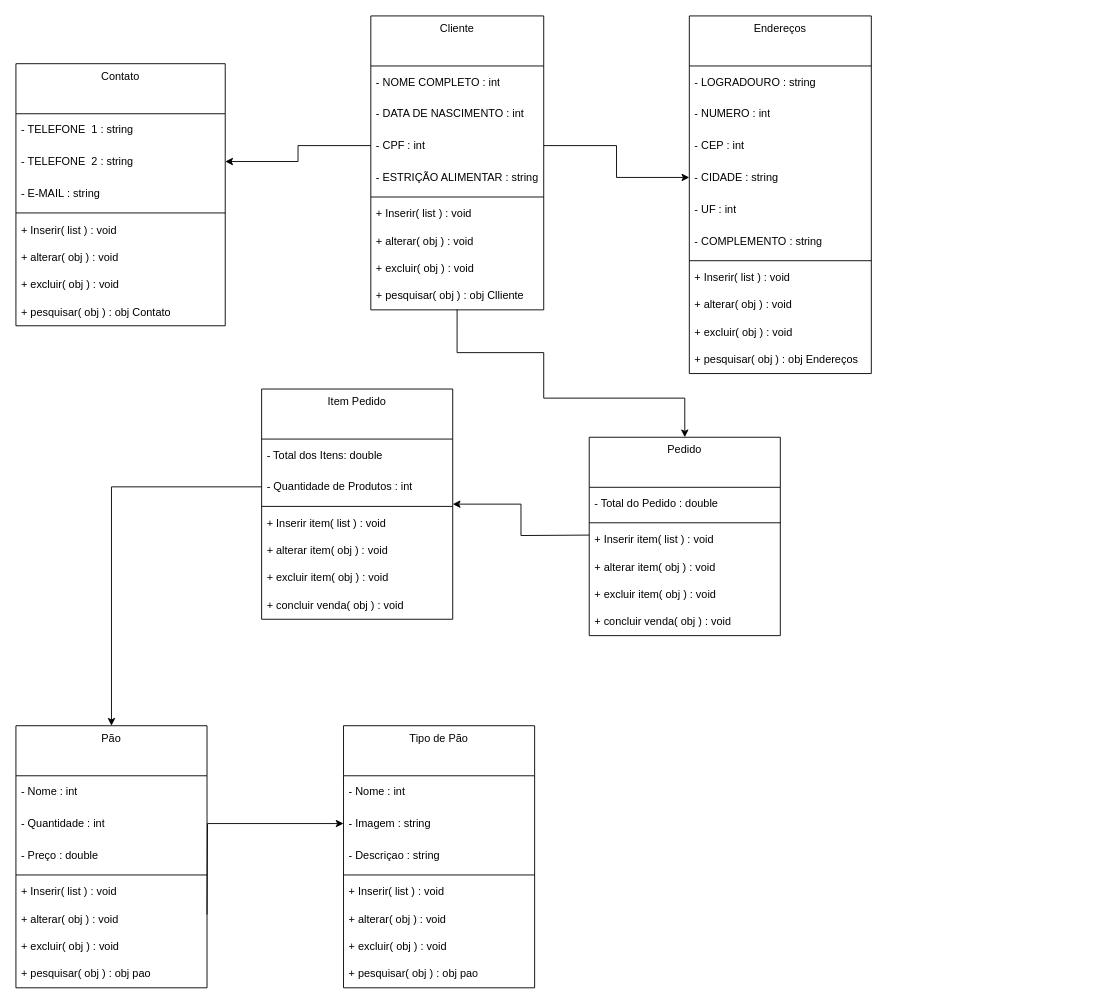
This is Diagramas/diagrama_de_classes.drawio from LeozinRomeiro/Modelagem_SENAI_CTM, a draw.io file, before an edit. Source tidied: cells renumbered, new cells numbered last; positions are measured from the earlier drawing's top-left corner, leaving out a move shared by most shapes. Both pictures are drawn from the tidied source at 91%, with x=0, y=0 at pixel (15, 15).
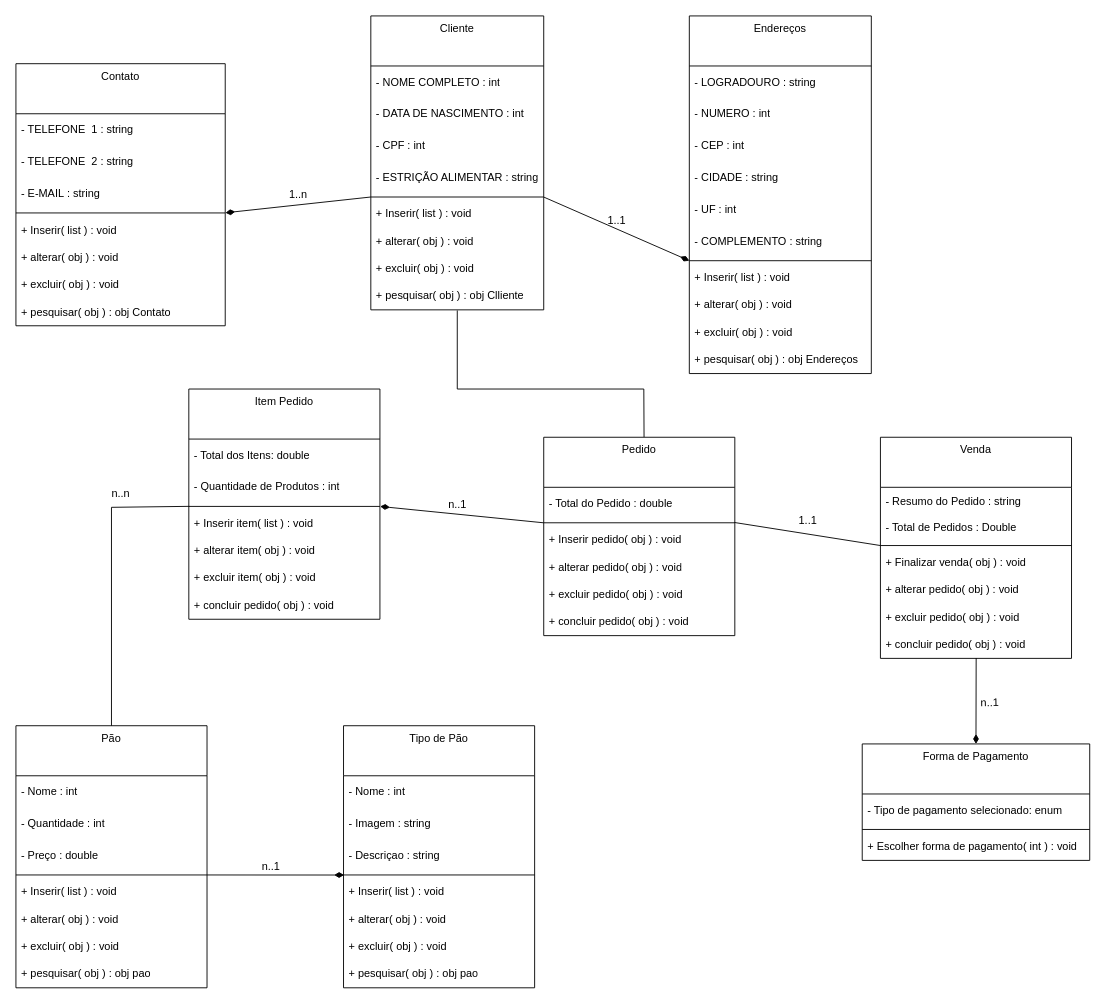
After the change.

Commit message:
4.1 - Forma de pagamento + Veda com organização do documento

The change refers to these unchanged cells:
```xml
<mxCell id="2" value="Pão" style="swimlane;fontStyle=0;align=center;verticalAlign=top;horizontal=1;startSize=55;html=1;whiteSpace=wrap;" parent="1" vertex="1">
  <mxGeometry y="780" width="210" height="288" as="geometry" />
</mxCell>
<mxCell id="15" value="-&amp;nbsp;CPF&amp;nbsp;: int" style="text;html=1;strokeColor=none;fillColor=none;align=left;verticalAlign=middle;spacingLeft=4;spacingRight=4;overflow=hidden;points=[[0,0.5],[1,0.5]];portConstraint=eastwest;whiteSpace=wrap;" parent="12" vertex="1">
  <mxGeometry y="125" width="190" height="35" as="geometry" />
</mxCell>
<mxCell id="17" style="line;strokeWidth=1;fillColor=none;align=left;verticalAlign=middle;spacingTop=-1;spacingLeft=3;spacingRight=3;labelPosition=right;points=[];portConstraint=eastwest;" parent="12" vertex="1">
  <mxGeometry y="195" width="190" height="8" as="geometry" />
</mxCell>
<mxCell id="21" value="+ pesquisar( obj ) : obj Clliente" style="text;html=1;strokeColor=none;fillColor=none;align=left;verticalAlign=middle;spacingLeft=4;spacingRight=4;overflow=hidden;points=[[0,0.5],[1,0.5]];portConstraint=eastwest;whiteSpace=wrap;" parent="12" vertex="1">
  <mxGeometry y="293" width="190" height="30" as="geometry" />
</mxCell>
<mxCell id="26" value="-&amp;nbsp;CIDADE&amp;nbsp;: string" style="text;html=1;strokeColor=none;fillColor=none;align=left;verticalAlign=middle;spacingLeft=4;spacingRight=4;overflow=hidden;points=[[0,0.5],[1,0.5]];portConstraint=eastwest;whiteSpace=wrap;" parent="22" vertex="1">
  <mxGeometry y="160" width="200" height="35" as="geometry" />
</mxCell>
<mxCell id="36" value="-&amp;nbsp;TELEFONE&amp;nbsp; 2&amp;nbsp;: string" style="text;html=1;strokeColor=none;fillColor=none;align=left;verticalAlign=middle;spacingLeft=4;spacingRight=4;overflow=hidden;points=[[0,0.5],[1,0.5]];portConstraint=eastwest;whiteSpace=wrap;" parent="34" vertex="1">
  <mxGeometry y="90" width="230" height="35" as="geometry" />
</mxCell>
<mxCell id="38" style="line;strokeWidth=1;fillColor=none;align=left;verticalAlign=middle;spacingTop=-1;spacingLeft=3;spacingRight=3;labelPosition=right;points=[];portConstraint=eastwest;" parent="34" vertex="1">
  <mxGeometry y="160" width="230" height="8" as="geometry" />
</mxCell>
<mxCell id="47" value="- Imagem : string" style="text;html=1;strokeColor=none;fillColor=none;align=left;verticalAlign=middle;spacingLeft=4;spacingRight=4;overflow=hidden;points=[[0,0.5],[1,0.5]];portConstraint=eastwest;whiteSpace=wrap;" parent="45" vertex="1">
  <mxGeometry y="90" width="210" height="35" as="geometry" />
</mxCell>
<mxCell id="50" value="+ Inserir( list ) : void" style="text;html=1;strokeColor=none;fillColor=none;align=left;verticalAlign=middle;spacingLeft=4;spacingRight=4;overflow=hidden;points=[[0,0.5],[1,0.5]];portConstraint=eastwest;whiteSpace=wrap;" parent="45" vertex="1">
  <mxGeometry y="168" width="210" height="30" as="geometry" />
</mxCell>
<mxCell id="57" value="- Quantidade de Produtos : int" style="text;html=1;strokeColor=none;fillColor=none;align=left;verticalAlign=middle;spacingLeft=4;spacingRight=4;overflow=hidden;points=[[0,0.5],[1,0.5]];portConstraint=eastwest;whiteSpace=wrap;" parent="55" vertex="1">
  <mxGeometry y="90" width="210" height="35" as="geometry" />
</mxCell>
<mxCell id="58" style="line;strokeWidth=1;fillColor=none;align=left;verticalAlign=middle;spacingTop=-1;spacingLeft=3;spacingRight=3;labelPosition=right;points=[];portConstraint=eastwest;" parent="55" vertex="1">
  <mxGeometry y="125" width="210" height="8" as="geometry" />
</mxCell>
<mxCell id="66" style="line;strokeWidth=1;fillColor=none;align=left;verticalAlign=middle;spacingTop=-1;spacingLeft=3;spacingRight=3;labelPosition=right;points=[];portConstraint=eastwest;" parent="64" vertex="1">
  <mxGeometry y="90" width="210" height="8" as="geometry" />
</mxCell>
```

What changed in the source:
```diff
@@
-    <mxCell id="11" style="edgeStyle=orthogonalEdgeStyle;rounded=0;jettySize=auto;html=1;entryX=0.5;entryY=0;entryDx=0;entryDy=0;exitX=0.499;exitY=0.984;exitDx=0;exitDy=0;exitPerimeter=0;" parent="1" edge="1" source="21" target="64">
-      <mxGeometry relative="1" as="geometry">
-        <Array as="points">
-          <mxPoint x="485" y="370" />
-          <mxPoint x="580" y="370" />
-          <mxPoint x="580" y="420" />
-          <mxPoint x="735" y="420" />
-        </Array>
-      </mxGeometry>
-    </mxCell>
@@
-    <mxCell id="43" style="edgeStyle=orthogonalEdgeStyle;rounded=0;jettySize=auto;html=1;entryX=0;entryY=0.5;entryDx=0;entryDy=0;endArrow=classic;endFill=1;" parent="1" edge="1" source="15" target="26">
-      <mxGeometry relative="1" as="geometry" />
-    </mxCell>
-    <mxCell id="44" style="edgeStyle=orthogonalEdgeStyle;rounded=0;jettySize=auto;html=1;entryX=1;entryY=0.5;entryDx=0;entryDy=0;" parent="1" edge="1" source="15" target="36">
-      <mxGeometry relative="1" as="geometry" />
-    </mxCell>
@@
-    <mxCell id="54" style="edgeStyle=orthogonalEdgeStyle;rounded=0;jettySize=auto;html=1;entryX=0;entryY=0.5;entryDx=0;entryDy=0;" parent="1" edge="1" target="47">
-      <mxGeometry relative="1" as="geometry">
-        <mxPoint x="210" y="987.5" as="sourcePoint" />
-      </mxGeometry>
-    </mxCell>
     <mxCell id="55" value="Item Pedido" style="swimlane;fontStyle=0;align=center;verticalAlign=top;horizontal=1;startSize=55;html=1;whiteSpace=wrap;" parent="1" vertex="1">
-      <mxGeometry x="270" y="410" width="210" height="253" as="geometry" />
+      <mxGeometry x="190" y="410" width="210" height="253" as="geometry" />
     </mxCell>
@@
-    <mxCell id="62" value="+ concluir venda( obj ) : void" style="text;html=1;strokeColor=none;fillColor=none;align=left;verticalAlign=middle;spacingLeft=4;spacingRight=4;overflow=hidden;whiteSpace=wrap;" parent="55" vertex="1">
+    <mxCell id="62" value="+ concluir pedido( obj ) : void" style="text;html=1;strokeColor=none;fillColor=none;align=left;verticalAlign=middle;spacingLeft=4;spacingRight=4;overflow=hidden;whiteSpace=wrap;" parent="55" vertex="1">
       <mxGeometry y="223" width="210" height="30" as="geometry" />
     </mxCell>
-    <mxCell id="63" style="edgeStyle=orthogonalEdgeStyle;rounded=0;jettySize=auto;html=1;entryX=0.5;entryY=0;entryDx=0;entryDy=0;" parent="1" edge="1" source="57" target="2">
-      <mxGeometry relative="1" as="geometry" />
-    </mxCell>
     <mxCell id="64" value="Pedido" style="swimlane;fontStyle=0;align=center;verticalAlign=top;horizontal=1;startSize=55;html=1;whiteSpace=wrap;" parent="1" vertex="1">
-      <mxGeometry x="630" y="463" width="210" height="218" as="geometry" />
+      <mxGeometry x="580" y="463" width="210" height="218" as="geometry" />
     </mxCell>
@@
-    <mxCell id="67" value="+ Inserir item( list ) : void" style="text;html=1;strokeColor=none;fillColor=none;align=left;verticalAlign=middle;spacingLeft=4;spacingRight=4;overflow=hidden;points=[[0,0.5],[1,0.5]];portConstraint=eastwest;whiteSpace=wrap;" parent="64" vertex="1">
+    <mxCell id="67" value="+ Inserir pedido( obj ) : void" style="text;html=1;strokeColor=none;fillColor=none;align=left;verticalAlign=middle;spacingLeft=4;spacingRight=4;overflow=hidden;points=[[0,0.5],[1,0.5]];portConstraint=eastwest;whiteSpace=wrap;" parent="64" vertex="1">
       <mxGeometry y="98" width="210" height="30" as="geometry" />
     </mxCell>
-    <mxCell id="68" value="+ alterar item( obj ) : void" style="text;html=1;strokeColor=none;fillColor=none;align=left;verticalAlign=middle;spacingLeft=4;spacingRight=4;overflow=hidden;whiteSpace=wrap;" parent="64" vertex="1">
+    <mxCell id="68" value="+ alterar pedido( obj ) : void" style="text;html=1;strokeColor=none;fillColor=none;align=left;verticalAlign=middle;spacingLeft=4;spacingRight=4;overflow=hidden;whiteSpace=wrap;" parent="64" vertex="1">
       <mxGeometry y="128" width="210" height="30" as="geometry" />
     </mxCell>
-    <mxCell id="69" value="+ excluir item( obj ) : void" style="text;html=1;strokeColor=none;fillColor=none;align=left;verticalAlign=middle;spacingLeft=4;spacingRight=4;overflow=hidden;whiteSpace=wrap;" parent="64" vertex="1">
+    <mxCell id="69" value="+ excluir pedido( obj ) : void" style="text;html=1;strokeColor=none;fillColor=none;align=left;verticalAlign=middle;spacingLeft=4;spacingRight=4;overflow=hidden;whiteSpace=wrap;" parent="64" vertex="1">
       <mxGeometry y="158" width="210" height="30" as="geometry" />
     </mxCell>
-    <mxCell id="70" value="+ concluir venda( obj ) : void" style="text;html=1;strokeColor=none;fillColor=none;align=left;verticalAlign=middle;spacingLeft=4;spacingRight=4;overflow=hidden;whiteSpace=wrap;" parent="64" vertex="1">
+    <mxCell id="70" value="+ concluir pedido( obj ) : void" style="text;html=1;strokeColor=none;fillColor=none;align=left;verticalAlign=middle;spacingLeft=4;spacingRight=4;overflow=hidden;whiteSpace=wrap;" parent="64" vertex="1">
       <mxGeometry y="188" width="210" height="30" as="geometry" />
     </mxCell>
-    <mxCell id="71" style="edgeStyle=orthogonalEdgeStyle;rounded=0;jettySize=auto;html=1;" parent="1" edge="1" target="55">
-      <mxGeometry relative="1" as="geometry">
-        <mxPoint x="630" y="570.5" as="sourcePoint" />
-      </mxGeometry>
-    </mxCell>
+    <mxCell id="72" value="Forma de Pagamento" style="swimlane;fontStyle=0;align=center;verticalAlign=top;horizontal=1;startSize=55;html=1;whiteSpace=wrap;" parent="1" vertex="1">
+      <mxGeometry x="930" y="800" width="250" height="128" as="geometry" />
+    </mxCell>
+    <mxCell id="73" value="- Tipo de pagamento selecionado: enum" style="text;html=1;strokeColor=none;fillColor=none;align=left;verticalAlign=middle;spacingLeft=4;spacingRight=4;overflow=hidden;whiteSpace=wrap;" parent="72" vertex="1">
+      <mxGeometry y="55" width="250" height="35" as="geometry" />
+    </mxCell>
+    <mxCell id="74" style="line;strokeWidth=1;fillColor=none;align=left;verticalAlign=middle;spacingTop=-1;spacingLeft=3;spacingRight=3;labelPosition=right;" parent="72" vertex="1">
+      <mxGeometry y="90" width="250" height="8" as="geometry" />
+    </mxCell>
+    <mxCell id="75" value="+ Escolher forma de pagamento( int ) : void" style="text;html=1;strokeColor=none;fillColor=none;align=left;verticalAlign=middle;spacingLeft=4;spacingRight=4;overflow=hidden;whiteSpace=wrap;" parent="72" vertex="1">
+      <mxGeometry y="98" width="250" height="30" as="geometry" />
+    </mxCell>
+    <mxCell id="76" value="Venda" style="swimlane;fontStyle=0;align=center;verticalAlign=top;horizontal=1;startSize=55;html=1;whiteSpace=wrap;" parent="1" vertex="1">
+      <mxGeometry x="950" y="463" width="210" height="243" as="geometry" />
+    </mxCell>
+    <mxCell id="77" value="- Resumo do Pedido : string&lt;br&gt;&lt;br&gt;- Total de Pedidos : Double" style="text;html=1;strokeColor=none;fillColor=none;align=left;verticalAlign=middle;spacingLeft=4;spacingRight=4;overflow=hidden;whiteSpace=wrap;" parent="76" vertex="1">
+      <mxGeometry y="55" width="210" height="60" as="geometry" />
+    </mxCell>
+    <mxCell id="78" style="line;strokeWidth=1;fillColor=none;align=left;verticalAlign=middle;spacingTop=-1;spacingLeft=3;spacingRight=3;labelPosition=right;" parent="76" vertex="1">
+      <mxGeometry y="115" width="210" height="8" as="geometry" />
+    </mxCell>
+    <mxCell id="79" value="+ Finalizar venda( obj ) : void" style="text;html=1;strokeColor=none;fillColor=none;align=left;verticalAlign=middle;spacingLeft=4;spacingRight=4;overflow=hidden;whiteSpace=wrap;" parent="76" vertex="1">
+      <mxGeometry y="123" width="210" height="30" as="geometry" />
+    </mxCell>
+    <mxCell id="80" value="+ alterar pedido( obj ) : void" style="text;html=1;strokeColor=none;fillColor=none;align=left;verticalAlign=middle;spacingLeft=4;spacingRight=4;overflow=hidden;whiteSpace=wrap;" parent="76" vertex="1">
+      <mxGeometry y="153" width="210" height="30" as="geometry" />
+    </mxCell>
+    <mxCell id="81" value="+ excluir pedido( obj ) : void" style="text;html=1;strokeColor=none;fillColor=none;align=left;verticalAlign=middle;spacingLeft=4;spacingRight=4;overflow=hidden;whiteSpace=wrap;" parent="76" vertex="1">
+      <mxGeometry y="183" width="210" height="30" as="geometry" />
+    </mxCell>
+    <mxCell id="82" value="+ concluir pedido( obj ) : void" style="text;html=1;strokeColor=none;fillColor=none;align=left;verticalAlign=middle;spacingLeft=4;spacingRight=4;overflow=hidden;points=[[0,0.5],[1,0.5]];portConstraint=eastwest;whiteSpace=wrap;" parent="76" vertex="1">
+      <mxGeometry y="213" width="210" height="30" as="geometry" />
+    </mxCell>
+    <mxCell id="83" style="endArrow=none;html=1;rounded=0;exitX=0.998;exitY=0.458;exitDx=0;exitDy=0;exitPerimeter=0;" parent="1" edge="1" source="66">
+      <mxGeometry relative="1" as="geometry">
+        <mxPoint x="950" y="582" as="targetPoint" />
+      </mxGeometry>
+    </mxCell>
+    <mxCell id="84" style="endArrow=none;startArrow=diamondThin;endFill=0;startFill=1;html=1;verticalAlign=bottom;labelBackgroundColor=none;strokeWidth=1;startSize=8;endSize=8;rounded=0;exitX=0.003;exitY=-0.131;exitDx=0;exitDy=0;exitPerimeter=0;" parent="1" edge="1" source="50">
+      <mxGeometry relative="1" as="geometry">
+        <mxPoint x="210" y="944" as="targetPoint" />
+      </mxGeometry>
+    </mxCell>
+    <mxCell id="85" style="endArrow=none;html=1;rounded=0;exitX=0.5;exitY=0;exitDx=0;exitDy=0;entryX=0.002;entryY=0.491;entryDx=0;entryDy=0;entryPerimeter=0;" parent="1" edge="1" source="2" target="58">
+      <mxGeometry relative="1" as="geometry">
+        <Array as="points">
+          <mxPoint x="105" y="540" />
+        </Array>
+      </mxGeometry>
+    </mxCell>
+    <mxCell id="86" style="endArrow=none;startArrow=diamondThin;endFill=0;startFill=1;html=1;verticalAlign=bottom;labelBackgroundColor=none;strokeWidth=1;startSize=8;endSize=8;rounded=0;exitX=1.001;exitY=0.505;exitDx=0;exitDy=0;exitPerimeter=0;entryX=0;entryY=-0.133;entryDx=0;entryDy=0;entryPerimeter=0;" parent="1" edge="1" source="58" target="67">
+      <mxGeometry relative="1" as="geometry" />
+    </mxCell>
+    <mxCell id="87" style="endArrow=none;html=1;rounded=0;entryX=0.5;entryY=1.022;entryDx=0;entryDy=0;entryPerimeter=0;exitX=0.525;exitY=-0.001;exitDx=0;exitDy=0;exitPerimeter=0;" parent="1" edge="1" source="64" target="21">
+      <mxGeometry relative="1" as="geometry">
+        <Array as="points">
+          <mxPoint x="690" y="410" />
+          <mxPoint x="485" y="410" />
+        </Array>
+      </mxGeometry>
+    </mxCell>
+    <mxCell id="88" style="endArrow=none;startArrow=diamondThin;endFill=0;startFill=1;html=1;verticalAlign=bottom;labelBackgroundColor=none;strokeWidth=1;startSize=8;endSize=8;rounded=0;exitX=1.001;exitY=0.479;exitDx=0;exitDy=0;exitPerimeter=0;" parent="1" edge="1" source="38">
+      <mxGeometry relative="1" as="geometry">
+        <mxPoint x="390" y="199" as="targetPoint" />
+      </mxGeometry>
+    </mxCell>
+    <mxCell id="89" style="endArrow=none;startArrow=diamondThin;endFill=0;startFill=1;html=1;verticalAlign=bottom;labelBackgroundColor=none;strokeWidth=1;startSize=8;endSize=8;rounded=0;entryX=1.001;entryY=0.516;entryDx=0;entryDy=0;entryPerimeter=0;" parent="1" edge="1" target="17">
+      <mxGeometry relative="1" as="geometry">
+        <mxPoint x="740" y="269" as="sourcePoint" />
+      </mxGeometry>
+    </mxCell>
+    <mxCell id="90" style="endArrow=none;startArrow=diamondThin;endFill=0;startFill=1;html=1;verticalAlign=bottom;labelBackgroundColor=none;strokeWidth=1;startSize=8;endSize=8;rounded=0;exitX=0.5;exitY=0;exitDx=0;exitDy=0;entryX=0.501;entryY=0.986;entryDx=0;entryDy=0;entryPerimeter=0;" parent="1" edge="1" source="72" target="82">
+      <mxGeometry relative="1" as="geometry" />
+    </mxCell>
+    <mxCell id="91" value="n..1" style="text;html=1;align=center;verticalAlign=middle;strokeColor=none;fillColor=none;" parent="1" vertex="1">
+      <mxGeometry x="260" y="920" width="40" height="30" as="geometry" />
+    </mxCell>
+    <mxCell id="92" value="n..n" style="text;html=1;align=center;verticalAlign=middle;strokeColor=none;fillColor=none;" parent="1" vertex="1">
+      <mxGeometry x="95" y="510" width="40" height="30" as="geometry" />
+    </mxCell>
+    <mxCell id="93" value="n..1" style="text;html=1;align=center;verticalAlign=middle;strokeColor=none;fillColor=none;" parent="1" vertex="1">
+      <mxGeometry x="465" y="521.5" width="40" height="30" as="geometry" />
+    </mxCell>
+    <mxCell id="94" value="1..1" style="text;html=1;align=center;verticalAlign=middle;strokeColor=none;fillColor=none;" parent="1" vertex="1">
+      <mxGeometry x="850" y="540" width="40" height="30" as="geometry" />
+    </mxCell>
+    <mxCell id="95" value="n..1" style="text;html=1;align=center;verticalAlign=middle;strokeColor=none;fillColor=none;horizontal=1;rotation=-1;" parent="1" vertex="1">
+      <mxGeometry x="1050" y="740" width="40" height="30" as="geometry" />
+    </mxCell>
+    <mxCell id="96" value="1..1" style="text;html=1;align=center;verticalAlign=middle;strokeColor=none;fillColor=none;" parent="1" vertex="1">
+      <mxGeometry x="640" y="210" width="40" height="30" as="geometry" />
+    </mxCell>
+    <mxCell id="97" value="1..n" style="text;html=1;align=center;verticalAlign=middle;strokeColor=none;fillColor=none;" parent="1" vertex="1">
+      <mxGeometry x="290" y="181.5" width="40" height="30" as="geometry" />
+    </mxCell>
```
